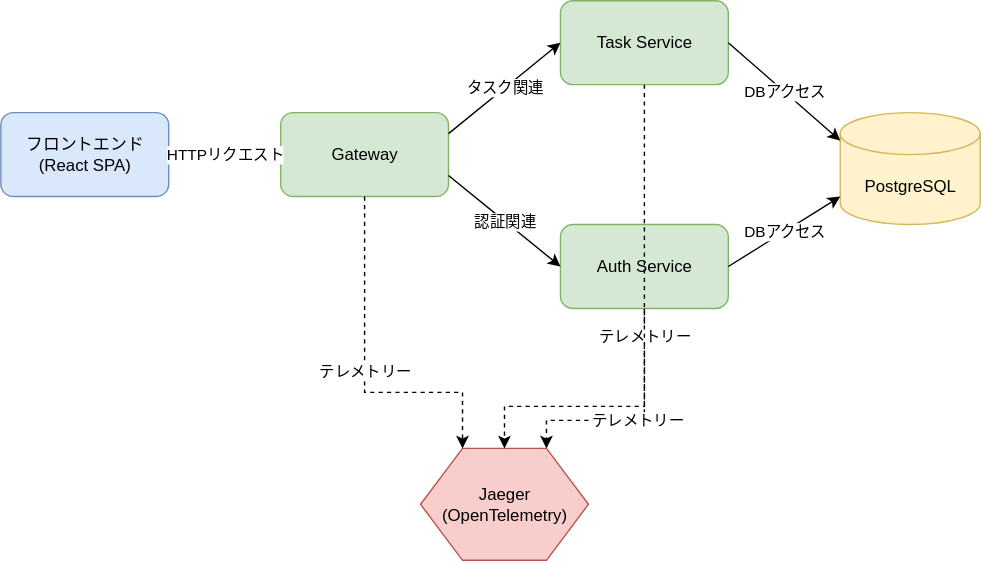
This is src/cicd_infra/opentelemetry/todo-app-architecture.svg from iij/bootcamp, a draw.io export, as it was before one commit. Source tidied: cells renumbered, new cells last; positions are measured from the earlier drawing's top-left corner, leaving out a move shared by most shapes. The source it was exported from:
```xml
<mxGraphModel>
  <root>
    <mxCell id="0" />
    <mxCell id="1" parent="0" />
    <mxCell id="2" value="フロントエンド&lt;br&gt;(React SPA)" style="rounded=1;whiteSpace=wrap;html=1;fillColor=#dae8fc;strokeColor=#6c8ebf;" parent="1" vertex="1">
      <mxGeometry y="80" width="120" height="60" as="geometry" />
    </mxCell>
    <mxCell id="3" value="Gateway" style="rounded=1;whiteSpace=wrap;html=1;fillColor=#d5e8d4;strokeColor=#82b366;" parent="1" vertex="1">
      <mxGeometry x="200" y="80" width="120" height="60" as="geometry" />
    </mxCell>
    <mxCell id="4" value="Task Service" style="rounded=1;whiteSpace=wrap;html=1;fillColor=#d5e8d4;strokeColor=#82b366;" parent="1" vertex="1">
      <mxGeometry x="400" width="120" height="60" as="geometry" />
    </mxCell>
    <mxCell id="5" value="Auth Service" style="rounded=1;whiteSpace=wrap;html=1;fillColor=#d5e8d4;strokeColor=#82b366;" parent="1" vertex="1">
      <mxGeometry x="400" y="160" width="120" height="60" as="geometry" />
    </mxCell>
    <mxCell id="6" value="PostgreSQL" style="shape=cylinder3;whiteSpace=wrap;html=1;boundedLbl=1;backgroundOutline=1;size=15;fillColor=#fff2cc;strokeColor=#d6b656;" parent="1" vertex="1">
      <mxGeometry x="600" y="80" width="100" height="80" as="geometry" />
    </mxCell>
    <mxCell id="7" value="Jaeger&lt;br&gt;(OpenTelemetry)" style="shape=hexagon;perimeter=hexagonPerimeter2;whiteSpace=wrap;html=1;size=0.25;fillColor=#f8cecc;strokeColor=#b85450;" parent="1" vertex="1">
      <mxGeometry x="300" y="320" width="120" height="80" as="geometry" />
    </mxCell>
    <mxCell id="8" value="HTTPリクエスト" style="endArrow=classic;html=1;rounded=0;entryX=0;entryY=0.5;entryDx=0;entryDy=0;" parent="1" edge="1" source="2" target="3">
      <mxGeometry relative="1" as="geometry" />
    </mxCell>
    <mxCell id="9" value="タスク関連" style="endArrow=classic;html=1;rounded=0;exitX=1;exitY=0.25;exitDx=0;exitDy=0;entryX=0;entryY=0.5;entryDx=0;entryDy=0;" parent="1" edge="1" source="3" target="4">
      <mxGeometry relative="1" as="geometry" />
    </mxCell>
    <mxCell id="10" value="認証関連" style="endArrow=classic;html=1;rounded=0;exitX=1;exitY=0.75;exitDx=0;exitDy=0;entryX=0;entryY=0.5;entryDx=0;entryDy=0;" parent="1" edge="1" source="3" target="5">
      <mxGeometry relative="1" as="geometry" />
    </mxCell>
    <mxCell id="11" value="DBアクセス" style="endArrow=classic;html=1;rounded=0;exitX=1;exitY=0.5;exitDx=0;exitDy=0;entryX=0;entryY=0.25;entryDx=0;entryDy=0;" parent="1" edge="1" source="4" target="6">
      <mxGeometry relative="1" as="geometry" />
    </mxCell>
    <mxCell id="12" value="DBアクセス" style="endArrow=classic;html=1;rounded=0;exitX=1;exitY=0.5;exitDx=0;exitDy=0;entryX=0;entryY=0.75;entryDx=0;entryDy=0;" parent="1" edge="1" source="5" target="6">
      <mxGeometry relative="1" as="geometry" />
    </mxCell>
    <mxCell id="13" value="テレメトリー" style="endArrow=classic;html=1;rounded=0;exitX=0.5;exitY=1;exitDx=0;exitDy=0;entryX=0.25;entryY=0;entryDx=0;entryDy=0;dashed=1;" parent="1" edge="1" source="3" target="7">
      <mxGeometry relative="1" as="geometry">
        <Array as="points">
          <mxPoint x="260" y="280" />
          <mxPoint x="330" y="280" />
        </Array>
      </mxGeometry>
    </mxCell>
    <mxCell id="14" value="テレメトリー" style="endArrow=classic;html=1;rounded=0;exitX=0.5;exitY=1;exitDx=0;exitDy=0;entryX=0.5;entryY=0;entryDx=0;entryDy=0;dashed=1;" parent="1" edge="1" source="4" target="7">
      <mxGeometry relative="1" as="geometry">
        <Array as="points">
          <mxPoint x="460" y="290" />
          <mxPoint x="360" y="290" />
        </Array>
      </mxGeometry>
    </mxCell>
    <mxCell id="15" value="テレメトリー" style="endArrow=classic;html=1;rounded=0;exitX=0.5;exitY=1;exitDx=0;exitDy=0;entryX=0.75;entryY=0;entryDx=0;entryDy=0;dashed=1;" parent="1" edge="1" source="5" target="7">
      <mxGeometry relative="1" as="geometry">
        <Array as="points">
          <mxPoint x="460" y="300" />
          <mxPoint x="390" y="300" />
        </Array>
      </mxGeometry>
    </mxCell>
  </root>
</mxGraphModel>
```
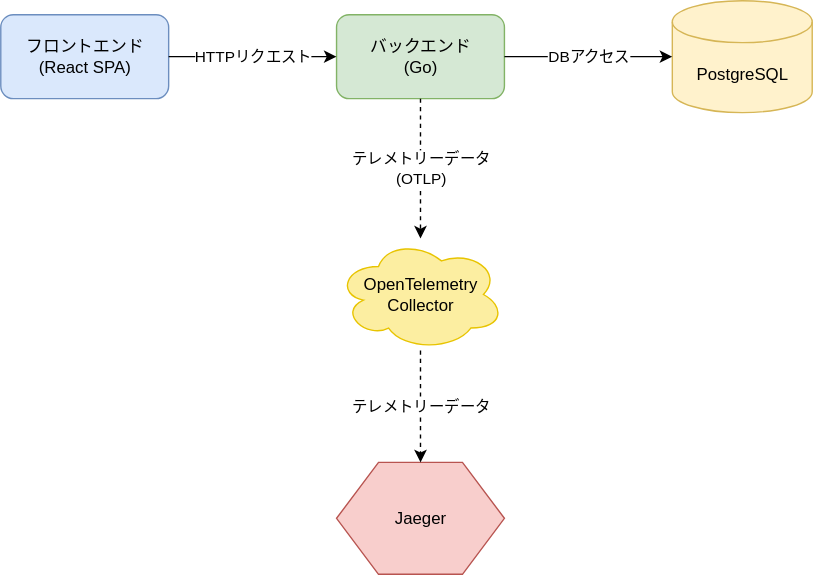
The same diagram one commit later.

Commit message:
TODOアプリのアーキテクチャファイルを更新

Diff of the diagram source:
```diff
@@ -3,61 +3,31 @@
     <mxCell id="0" />
     <mxCell id="1" parent="0" />
     <mxCell id="2" value="フロントエンド&lt;br&gt;(React SPA)" style="rounded=1;whiteSpace=wrap;html=1;fillColor=#dae8fc;strokeColor=#6c8ebf;" parent="1" vertex="1">
-      <mxGeometry y="80" width="120" height="60" as="geometry" />
+      <mxGeometry x="16" y="130" width="120" height="60" as="geometry" />
     </mxCell>
-    <mxCell id="3" value="Gateway" style="rounded=1;whiteSpace=wrap;html=1;fillColor=#d5e8d4;strokeColor=#82b366;" parent="1" vertex="1">
-      <mxGeometry x="200" y="80" width="120" height="60" as="geometry" />
-    </mxCell>
-    <mxCell id="4" value="Task Service" style="rounded=1;whiteSpace=wrap;html=1;fillColor=#d5e8d4;strokeColor=#82b366;" parent="1" vertex="1">
-      <mxGeometry x="400" width="120" height="60" as="geometry" />
-    </mxCell>
-    <mxCell id="5" value="Auth Service" style="rounded=1;whiteSpace=wrap;html=1;fillColor=#d5e8d4;strokeColor=#82b366;" parent="1" vertex="1">
-      <mxGeometry x="400" y="160" width="120" height="60" as="geometry" />
-    </mxCell>
+    <mxCell id="16" value="バックエンド&lt;br&gt;(Go)" style="rounded=1;whiteSpace=wrap;html=1;fillColor=#d5e8d4;strokeColor=#82b366;" parent="1" vertex="1">
+      <mxGeometry x="256" y="130" width="120" height="60" as="geometry" />
+    </mxCell>
     <mxCell id="6" value="PostgreSQL" style="shape=cylinder3;whiteSpace=wrap;html=1;boundedLbl=1;backgroundOutline=1;size=15;fillColor=#fff2cc;strokeColor=#d6b656;" parent="1" vertex="1">
-      <mxGeometry x="600" y="80" width="100" height="80" as="geometry" />
+      <mxGeometry x="496" y="120" width="100" height="80" as="geometry" />
     </mxCell>
-    <mxCell id="7" value="Jaeger&lt;br&gt;(OpenTelemetry)" style="shape=hexagon;perimeter=hexagonPerimeter2;whiteSpace=wrap;html=1;size=0.25;fillColor=#f8cecc;strokeColor=#b85450;" parent="1" vertex="1">
-      <mxGeometry x="300" y="320" width="120" height="80" as="geometry" />
-    </mxCell>
+    <mxCell id="17" value="OpenTelemetry&lt;br&gt;Collector" style="shape=cloud;whiteSpace=wrap;html=1;fillColor=#fceea1;strokeColor=#e8c400;" parent="1" vertex="1">
+      <mxGeometry x="256" y="290" width="120" height="80" as="geometry" />
+    </mxCell>
+    <mxCell id="18" value="Jaeger" style="shape=hexagon;perimeter=hexagonPerimeter2;whiteSpace=wrap;html=1;size=0.25;fillColor=#f8cecc;strokeColor=#b85450;" parent="1" vertex="1">
+      <mxGeometry x="256" y="450" width="120" height="80" as="geometry" />
+    </mxCell>
-    <mxCell id="8" value="HTTPリクエスト" style="endArrow=classic;html=1;rounded=0;entryX=0;entryY=0.5;entryDx=0;entryDy=0;" parent="1" edge="1" source="2" target="3">
+    <mxCell id="8" value="HTTPリクエスト" style="endArrow=classic;html=1;rounded=0;entryX=0;entryY=0.5;entryDx=0;entryDy=0;" parent="1" edge="1" source="2" target="16">
       <mxGeometry relative="1" as="geometry" />
     </mxCell>
-    <mxCell id="9" value="タスク関連" style="endArrow=classic;html=1;rounded=0;exitX=1;exitY=0.25;exitDx=0;exitDy=0;entryX=0;entryY=0.5;entryDx=0;entryDy=0;" parent="1" edge="1" source="3" target="4">
-      <mxGeometry relative="1" as="geometry" />
-    </mxCell>
-    <mxCell id="10" value="認証関連" style="endArrow=classic;html=1;rounded=0;exitX=1;exitY=0.75;exitDx=0;exitDy=0;entryX=0;entryY=0.5;entryDx=0;entryDy=0;" parent="1" edge="1" source="3" target="5">
-      <mxGeometry relative="1" as="geometry" />
-    </mxCell>
-    <mxCell id="11" value="DBアクセス" style="endArrow=classic;html=1;rounded=0;exitX=1;exitY=0.5;exitDx=0;exitDy=0;entryX=0;entryY=0.25;entryDx=0;entryDy=0;" parent="1" edge="1" source="4" target="6">
-      <mxGeometry relative="1" as="geometry" />
-    </mxCell>
-    <mxCell id="12" value="DBアクセス" style="endArrow=classic;html=1;rounded=0;exitX=1;exitY=0.5;exitDx=0;exitDy=0;entryX=0;entryY=0.75;entryDx=0;entryDy=0;" parent="1" edge="1" source="5" target="6">
-      <mxGeometry relative="1" as="geometry" />
-    </mxCell>
-    <mxCell id="13" value="テレメトリー" style="endArrow=classic;html=1;rounded=0;exitX=0.5;exitY=1;exitDx=0;exitDy=0;entryX=0.25;entryY=0;entryDx=0;entryDy=0;dashed=1;" parent="1" edge="1" source="3" target="7">
-      <mxGeometry relative="1" as="geometry">
-        <Array as="points">
-          <mxPoint x="260" y="280" />
-          <mxPoint x="330" y="280" />
-        </Array>
-      </mxGeometry>
-    </mxCell>
-    <mxCell id="14" value="テレメトリー" style="endArrow=classic;html=1;rounded=0;exitX=0.5;exitY=1;exitDx=0;exitDy=0;entryX=0.5;entryY=0;entryDx=0;entryDy=0;dashed=1;" parent="1" edge="1" source="4" target="7">
-      <mxGeometry relative="1" as="geometry">
-        <Array as="points">
-          <mxPoint x="460" y="290" />
-          <mxPoint x="360" y="290" />
-        </Array>
-      </mxGeometry>
-    </mxCell>
-    <mxCell id="15" value="テレメトリー" style="endArrow=classic;html=1;rounded=0;exitX=0.5;exitY=1;exitDx=0;exitDy=0;entryX=0.75;entryY=0;entryDx=0;entryDy=0;dashed=1;" parent="1" edge="1" source="5" target="7">
-      <mxGeometry relative="1" as="geometry">
-        <Array as="points">
-          <mxPoint x="460" y="300" />
-          <mxPoint x="390" y="300" />
-        </Array>
-      </mxGeometry>
-    </mxCell>
+    <mxCell id="19" value="DBアクセス" style="endArrow=classic;html=1;rounded=0;exitX=1;exitY=0.5;exitDx=0;exitDy=0;entryX=0;entryY=0.5;entryDx=0;entryDy=0;" parent="1" edge="1" source="16" target="6">
+      <mxGeometry relative="1" as="geometry" />
+    </mxCell>
+    <mxCell id="20" value="テレメトリーデータ&lt;br&gt;(OTLP)" style="endArrow=classic;html=1;rounded=0;exitX=0.5;exitY=1;exitDx=0;exitDy=0;entryX=0.5;entryY=0;entryDx=0;entryDy=0;dashed=1;" parent="1" edge="1" source="16" target="17">
+      <mxGeometry relative="1" as="geometry" />
+    </mxCell>
+    <mxCell id="21" value="テレメトリーデータ" style="endArrow=classic;html=1;rounded=0;exitX=0.5;exitY=1;exitDx=0;exitDy=0;entryX=0.5;entryY=0;entryDx=0;entryDy=0;dashed=1;" parent="1" edge="1" source="17" target="18">
+      <mxGeometry relative="1" as="geometry" />
+    </mxCell>
   </root>
 </mxGraphModel>
```
